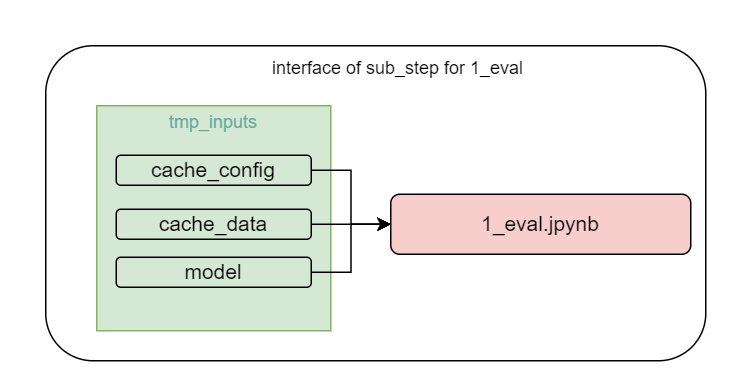
This is imgs/1_eval_interface.drawio.png from 4-DS/obj_detect_rest-model_eval, a draw.io export, as it was before one commit. Source tidied: cells renumbered, new cells last; positions are measured from the earlier drawing's top-left corner, leaving out a move shared by most shapes. The source it was exported from:
```xml
<mxGraphModel>
  <root>
    <mxCell id="0" />
    <mxCell id="1" parent="0" />
    <mxCell id="2" style="rounded=1;whiteSpace=wrap;html=1;strokeColor=none;" parent="1" vertex="1">
      <mxGeometry width="500" height="250" as="geometry" />
    </mxCell>
    <mxCell id="3" style="rounded=1;whiteSpace=wrap;html=1;" parent="1" vertex="1">
      <mxGeometry x="30" y="30" width="440" height="210" as="geometry" />
    </mxCell>
    <mxCell id="4" value="&lt;font style=&quot;font-size: 12px;&quot;&gt;&lt;font color=&quot;#67ab9f&quot;&gt;&lt;font style=&quot;font-size: 12px;&quot;&gt;tmp_inputs&lt;/font&gt;&lt;br&gt;&lt;br&gt;&lt;br&gt;&lt;br&gt;&lt;br&gt;&lt;br&gt;&lt;br&gt;&lt;br&gt;&lt;br&gt;&lt;/font&gt;&lt;br&gt;&lt;/font&gt;" style="rounded=0;whiteSpace=wrap;html=1;fillColor=#d5e8d4;strokeColor=#82b366;" parent="1" vertex="1">
      <mxGeometry x="64" y="70" width="156" height="150" as="geometry" />
    </mxCell>
    <mxCell id="5" value="interface of sub_step for&amp;nbsp;1_eval" style="text;html=1;strokeColor=none;fillColor=none;align=center;verticalAlign=middle;whiteSpace=wrap;rounded=0;" parent="1" vertex="1">
      <mxGeometry x="150" y="30" width="230" height="30" as="geometry" />
    </mxCell>
    <mxCell id="6" value="&lt;font style=&quot;font-size: 14px;&quot;&gt;1_eval.jpynb&lt;/font&gt;" style="rounded=1;whiteSpace=wrap;html=1;fillColor=#f8cecc;strokeColor=#000000;strokeWidth=1;" parent="1" vertex="1">
      <mxGeometry x="260" y="129" width="200" height="40" as="geometry" />
    </mxCell>
    <mxCell id="7" style="edgeStyle=orthogonalEdgeStyle;rounded=0;jettySize=auto;html=1;entryX=0;entryY=0.5;entryDx=0;entryDy=0;" parent="1" edge="1" source="8" target="6">
      <mxGeometry relative="1" as="geometry" />
    </mxCell>
    <mxCell id="8" value="&lt;font style=&quot;font-size: 14px;&quot;&gt;model&lt;/font&gt;" style="rounded=1;whiteSpace=wrap;html=1;fillColor=#d5e8d4;strokeColor=#000000;strokeWidth=1;" parent="1" vertex="1">
      <mxGeometry x="77" y="171" width="130" height="20" as="geometry" />
    </mxCell>
    <mxCell id="9" style="edgeStyle=orthogonalEdgeStyle;rounded=0;jettySize=auto;html=1;entryX=0;entryY=0.5;entryDx=0;entryDy=0;" parent="1" edge="1" source="10" target="6">
      <mxGeometry relative="1" as="geometry" />
    </mxCell>
    <mxCell id="10" value="&lt;font style=&quot;font-size: 14px;&quot;&gt;cache_config&lt;/font&gt;" style="rounded=1;whiteSpace=wrap;html=1;fillColor=#d5e8d4;strokeColor=#000000;strokeWidth=1;" parent="1" vertex="1">
      <mxGeometry x="77" y="103" width="130" height="20" as="geometry" />
    </mxCell>
    <mxCell id="11" style="edgeStyle=orthogonalEdgeStyle;rounded=0;jettySize=auto;html=1;entryX=0;entryY=0.5;entryDx=0;entryDy=0;" parent="1" edge="1" source="12" target="6">
      <mxGeometry relative="1" as="geometry" />
    </mxCell>
    <mxCell id="12" value="&lt;font style=&quot;font-size: 14px;&quot;&gt;cache_data&lt;/font&gt;" style="rounded=1;whiteSpace=wrap;html=1;fillColor=#d5e8d4;strokeColor=#000000;strokeWidth=1;" parent="1" vertex="1">
      <mxGeometry x="77" y="139" width="130" height="20" as="geometry" />
    </mxCell>
  </root>
</mxGraphModel>
```
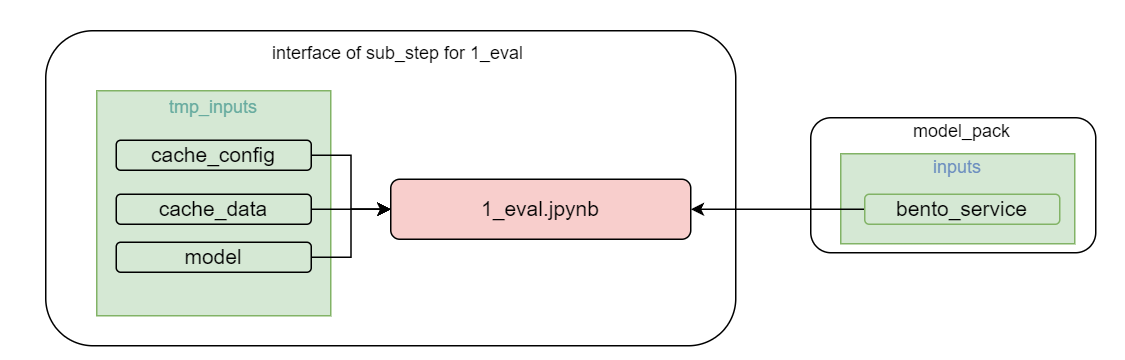
After the change.

Commit message:
add inputs from model_pack to imgs

Change to the diagram source:
```diff
@@ -3,10 +3,10 @@
     <mxCell id="0" />
     <mxCell id="1" parent="0" />
     <mxCell id="2" style="rounded=1;whiteSpace=wrap;html=1;strokeColor=none;" parent="1" vertex="1">
-      <mxGeometry width="500" height="250" as="geometry" />
+      <mxGeometry y="10" width="750" height="240" as="geometry" />
     </mxCell>
     <mxCell id="3" style="rounded=1;whiteSpace=wrap;html=1;" parent="1" vertex="1">
-      <mxGeometry x="30" y="30" width="440" height="210" as="geometry" />
+      <mxGeometry x="30" y="30" width="460" height="210" as="geometry" />
     </mxCell>
     <mxCell id="4" value="&lt;font style=&quot;font-size: 12px;&quot;&gt;&lt;font color=&quot;#67ab9f&quot;&gt;&lt;font style=&quot;font-size: 12px;&quot;&gt;tmp_inputs&lt;/font&gt;&lt;br&gt;&lt;br&gt;&lt;br&gt;&lt;br&gt;&lt;br&gt;&lt;br&gt;&lt;br&gt;&lt;br&gt;&lt;br&gt;&lt;/font&gt;&lt;br&gt;&lt;/font&gt;" style="rounded=0;whiteSpace=wrap;html=1;fillColor=#d5e8d4;strokeColor=#82b366;" parent="1" vertex="1">
       <mxGeometry x="64" y="70" width="156" height="150" as="geometry" />
@@ -35,5 +35,20 @@
     <mxCell id="12" value="&lt;font style=&quot;font-size: 14px;&quot;&gt;cache_data&lt;/font&gt;" style="rounded=1;whiteSpace=wrap;html=1;fillColor=#d5e8d4;strokeColor=#000000;strokeWidth=1;" parent="1" vertex="1">
       <mxGeometry x="77" y="139" width="130" height="20" as="geometry" />
     </mxCell>
+    <mxCell id="13" style="rounded=1;whiteSpace=wrap;html=1;" parent="1" vertex="1">
+      <mxGeometry x="540" y="88" width="190" height="90" as="geometry" />
+    </mxCell>
+    <mxCell id="14" value="&lt;font style=&quot;font-size: 12px;&quot;&gt;&lt;font color=&quot;#6c8ebf&quot;&gt;&lt;font style=&quot;font-size: 12px;&quot;&gt;inputs&lt;/font&gt;&lt;br&gt;&lt;br&gt;&lt;/font&gt;&lt;br&gt;&lt;br&gt;&lt;/font&gt;" style="rounded=0;whiteSpace=wrap;html=1;fillColor=#d5e8d4;strokeColor=#82b366;" parent="1" vertex="1">
+      <mxGeometry x="560" y="112" width="156" height="60" as="geometry" />
+    </mxCell>
+    <mxCell id="15" style="edgeStyle=orthogonalEdgeStyle;rounded=0;jettySize=auto;html=1;entryX=1;entryY=0.5;entryDx=0;entryDy=0;" parent="1" edge="1" source="16" target="6">
+      <mxGeometry relative="1" as="geometry" />
+    </mxCell>
+    <mxCell id="16" value="&lt;font style=&quot;font-size: 14px;&quot;&gt;bento_service&lt;/font&gt;" style="rounded=1;whiteSpace=wrap;html=1;fillColor=#d5e8d4;strokeColor=#82b366;strokeWidth=1;" parent="1" vertex="1">
+      <mxGeometry x="576" y="139" width="130" height="20" as="geometry" />
+    </mxCell>
+    <mxCell id="17" value="model_pack" style="text;html=1;strokeColor=none;fillColor=none;align=center;verticalAlign=middle;whiteSpace=wrap;rounded=0;" parent="1" vertex="1">
+      <mxGeometry x="566" y="82" width="150" height="30" as="geometry" />
+    </mxCell>
   </root>
 </mxGraphModel>
```
